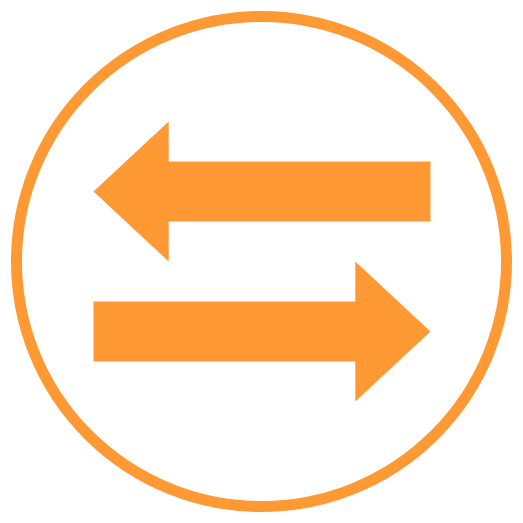
This is page "Update" (2 of 11) of Artisan.II/Client.Common/wwwroot/src/icons.drawio from MindHardt/Artisan.II, a draw.io file, before an edit. Source tidied: cells renumbered, new cells numbered last; positions are measured from the earlier drawing's top-left corner, leaving out a move shared by most shapes. Both pictures are drawn from the tidied source at 100%, with x=0, y=0 at pixel (16, 16).
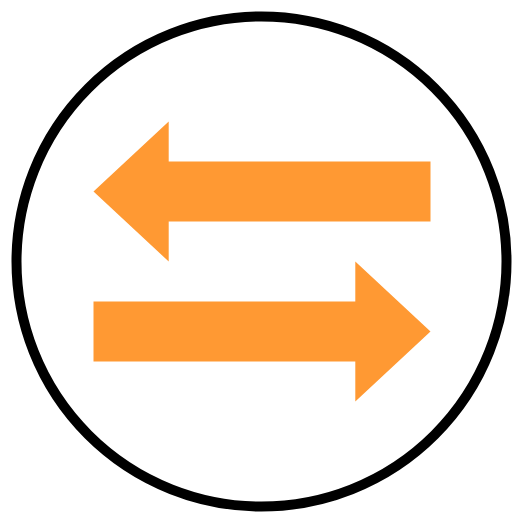
The same diagram, later.

The edit, as a diff of the source:
```diff
@@
 <mxGraphModel>
   <root>
     <mxCell id="0" />
     <mxCell id="1" parent="0" />
-    <mxCell id="2" style="ellipse;whiteSpace=wrap;html=1;fillColor=none;strokeWidth=11;strokeColor=#FF9933;" parent="1" vertex="1">
+    <mxCell id="2" style="ellipse;whiteSpace=wrap;html=1;fillColor=none;strokeWidth=10;strokeColor=#000000;" parent="1" vertex="1">
       <mxGeometry width="490" height="490" as="geometry" />
     </mxCell>
     <mxCell id="3" style="html=1;shadow=0;dashed=0;align=center;verticalAlign=middle;shape=mxgraph.arrows2.arrow;dy=0.57;dx=75.2;flipH=1;notch=0;fillColor=#FF9933;strokeColor=none;" parent="1" vertex="1">
       <mxGeometry x="77" y="105" width="337" height="140" as="geometry" />
     </mxCell>
     <mxCell id="4" style="html=1;shadow=0;dashed=0;align=center;verticalAlign=middle;shape=mxgraph.arrows2.arrow;dy=0.57;dx=75.2;flipH=1;notch=0;fillColor=#FF9933;strokeColor=none;rotation=-180;" parent="1" vertex="1">
       <mxGeometry x="77" y="245" width="337" height="140" as="geometry" />
     </mxCell>
   </root>
 </mxGraphModel>
```
